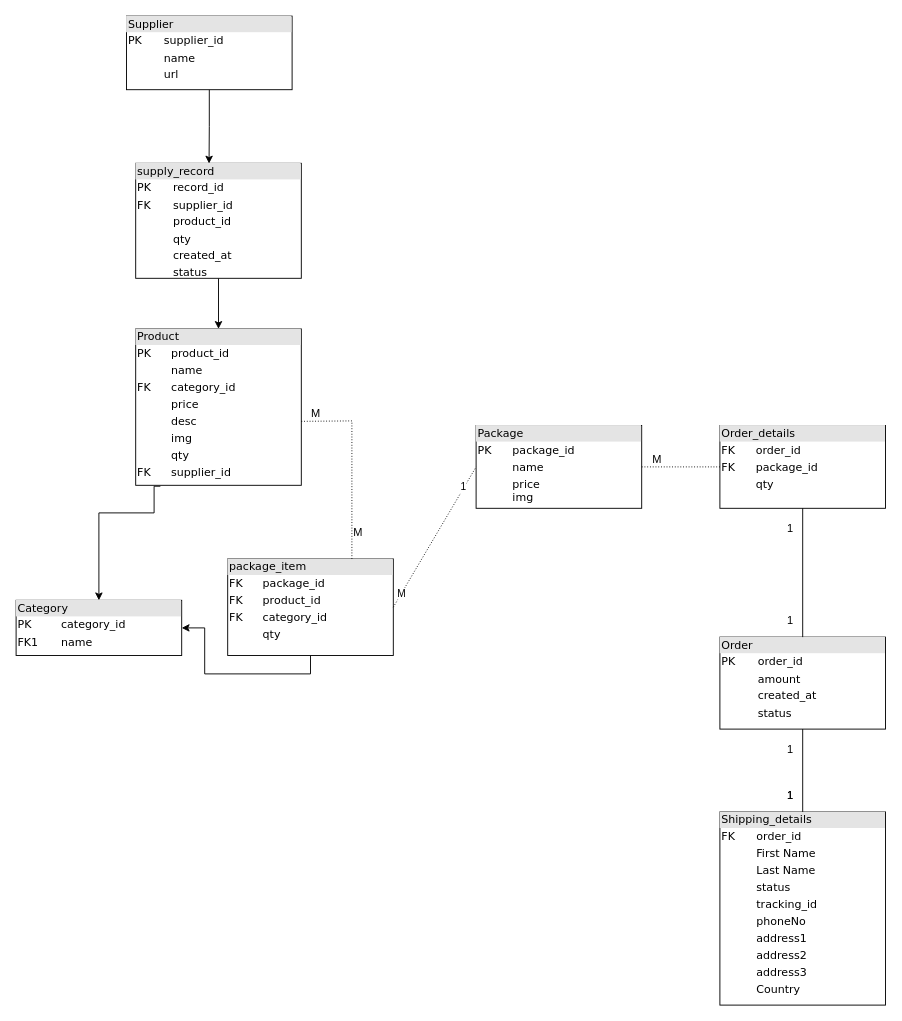
Before: sketo.drawio in felix3456789/strapi-template, a draw.io diagram. Source tidied: cells renumbered, new cells numbered last; positions are measured from the earlier drawing's top-left corner, leaving out a move shared by most shapes. Both pictures are drawn from the tidied source at 92%, with x=0, y=0 at pixel (16, 16).
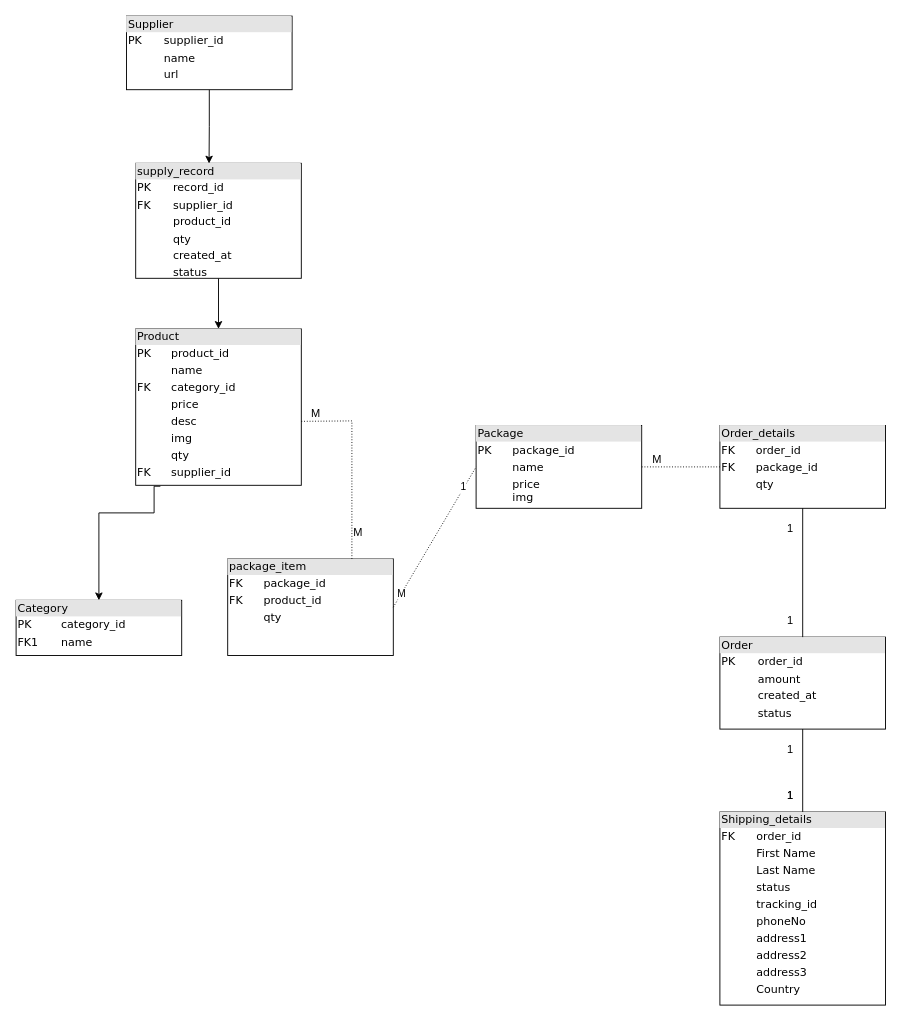
The same diagram, later.

Unchanged cells that the change refers to:
```xml
<mxCell id="8" value="&lt;div style=&quot;box-sizing: border-box ; width: 100% ; background: #e4e4e4 ; padding: 2px&quot;&gt;Category&lt;/div&gt;&lt;table style=&quot;width: 100% ; font-size: 1em&quot; cellpadding=&quot;2&quot; cellspacing=&quot;0&quot;&gt;&lt;tbody&gt;&lt;tr&gt;&lt;td&gt;PK&lt;/td&gt;&lt;td&gt;category_id&lt;/td&gt;&lt;/tr&gt;&lt;tr&gt;&lt;td&gt;FK1&lt;/td&gt;&lt;td&gt;name&lt;/td&gt;&lt;/tr&gt;&lt;/tbody&gt;&lt;/table&gt;" style="verticalAlign=top;align=left;overflow=fill;html=1;rounded=0;shadow=0;comic=0;labelBackgroundColor=none;strokeWidth=1;fontFamily=Verdana;fontSize=12;" parent="1" vertex="1">
  <mxGeometry y="635" width="180" height="60" as="geometry" />
</mxCell>
```

What changed in the source:
```diff
@@
-    <mxCell id="4" style="edgeStyle=orthogonalEdgeStyle;rounded=0;jettySize=auto;html=1;exitX=0.5;exitY=1;exitDx=0;exitDy=0;entryX=1;entryY=0.5;entryDx=0;entryDy=0;" parent="1" edge="1" source="5" target="8">
-      <mxGeometry relative="1" as="geometry" />
-    </mxCell>
-    <mxCell id="5" value="&lt;div style=&quot;box-sizing: border-box ; width: 100% ; background: #e4e4e4 ; padding: 2px&quot;&gt;package_item&lt;/div&gt;&lt;table style=&quot;width: 100% ; font-size: 1em&quot; cellpadding=&quot;2&quot; cellspacing=&quot;0&quot;&gt;&lt;tbody&gt;&lt;tr&gt;&lt;td&gt;FK&lt;/td&gt;&lt;td&gt;package_id&lt;/td&gt;&lt;/tr&gt;&lt;tr&gt;&lt;td&gt;FK&lt;/td&gt;&lt;td&gt;product_id&lt;/td&gt;&lt;/tr&gt;&lt;tr&gt;&lt;td&gt;FK&lt;br&gt;&lt;/td&gt;&lt;td&gt;category_id&lt;/td&gt;&lt;/tr&gt;&lt;tr&gt;&lt;td&gt;&lt;br&gt;&lt;/td&gt;&lt;td&gt;qty&lt;/td&gt;&lt;/tr&gt;&lt;/tbody&gt;&lt;/table&gt;" style="verticalAlign=top;align=left;overflow=fill;html=1;rounded=0;shadow=0;comic=0;labelBackgroundColor=none;strokeWidth=1;fontFamily=Verdana;fontSize=12;" parent="1" vertex="1">
+    <mxCell id="5" value="&lt;div style=&quot;box-sizing: border-box ; width: 100% ; background: #e4e4e4 ; padding: 2px&quot;&gt;package_item&lt;/div&gt;&lt;table style=&quot;width: 100% ; font-size: 1em&quot; cellpadding=&quot;2&quot; cellspacing=&quot;0&quot;&gt;&lt;tbody&gt;&lt;tr&gt;&lt;td&gt;FK&lt;/td&gt;&lt;td&gt;package_id&lt;/td&gt;&lt;/tr&gt;&lt;tr&gt;&lt;td&gt;FK&lt;/td&gt;&lt;td&gt;product_id&lt;/td&gt;&lt;/tr&gt;&lt;tr&gt;&lt;td&gt;&lt;br&gt;&lt;/td&gt;&lt;td&gt;qty&lt;/td&gt;&lt;/tr&gt;&lt;/tbody&gt;&lt;/table&gt;" style="verticalAlign=top;align=left;overflow=fill;html=1;rounded=0;shadow=0;comic=0;labelBackgroundColor=none;strokeWidth=1;fontFamily=Verdana;fontSize=12;" parent="1" vertex="1">
       <mxGeometry x="230" y="590" width="180" height="105" as="geometry" />
     </mxCell>
```
